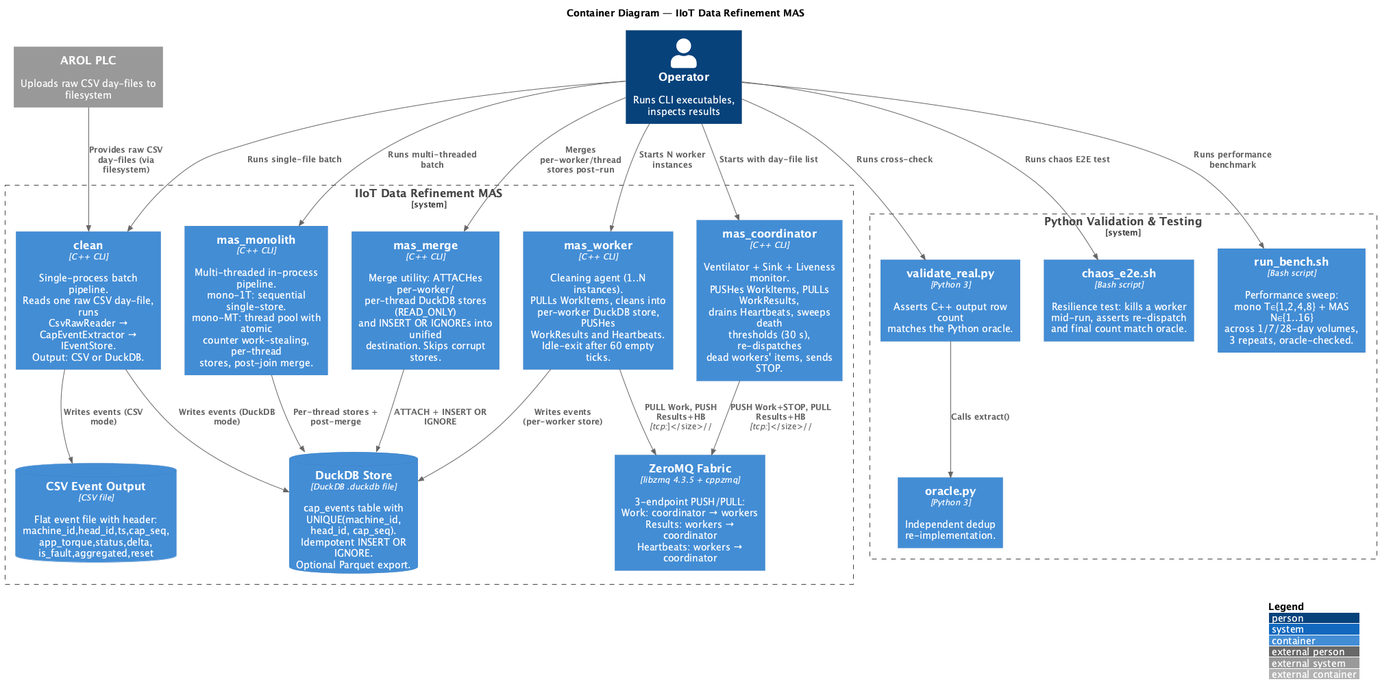
Before: docs/diagrams/C4_Container.png, a diagram exported from PlantUML (Giuseppeclv008/QuerProjectQ3).
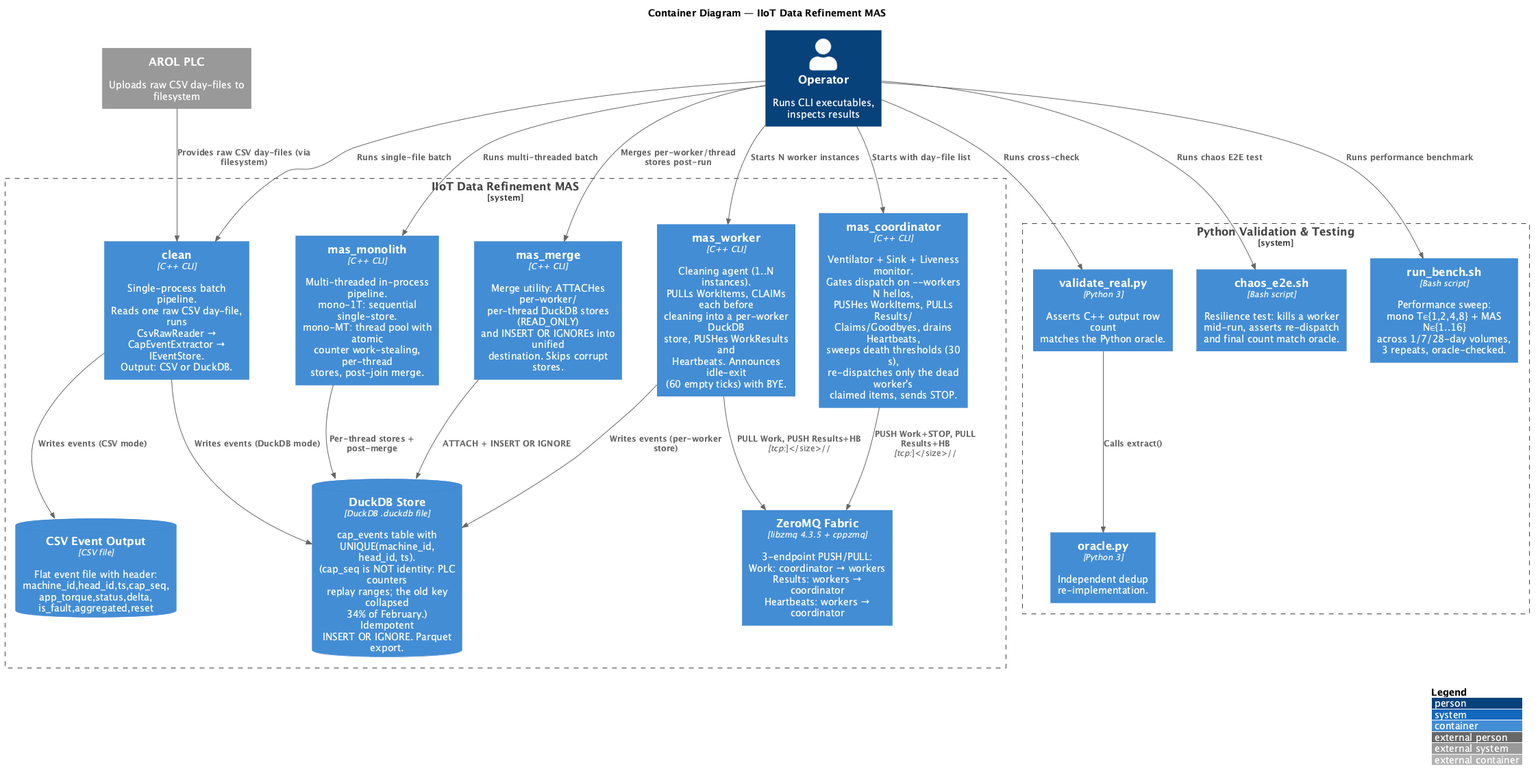
The same diagram one commit later.

Diff of the diagram source:
```diff
@@ -13,13 +13,13 @@
 
     Container(monolith, "mas_monolith", "C++ CLI", "Multi-threaded in-process pipeline.\nmono-1T: sequential single-store.\nmono-MT: thread pool with atomic\ncounter work-stealing, per-thread\nstores, post-join merge.")
 
-    Container(coordinator, "mas_coordinator", "C++ CLI", "Ventilator + Sink + Liveness monitor.\nPUSHes WorkItems, PULLs WorkResults,\ndrains Heartbeats, sweeps death\nthresholds (30 s), re-dispatches\ndead workers' items, sends STOP.")
+    Container(coordinator, "mas_coordinator", "C++ CLI", "Ventilator + Sink + Liveness monitor.\nGates dispatch on --workers N hellos,\nPUSHes WorkItems, PULLs Results/\nClaims/Goodbyes, drains Heartbeats,\nsweeps death thresholds (30 s),\nre-dispatches only the dead worker's\nclaimed items, sends STOP.")
 
-    Container(worker, "mas_worker", "C++ CLI", "Cleaning agent (1..N instances).\nPULLs WorkItems, cleans into\nper-worker DuckDB store, PUSHes\nWorkResults and Heartbeats.\nIdle-exit after 60 empty ticks.")
+    Container(worker, "mas_worker", "C++ CLI", "Cleaning agent (1..N instances).\nPULLs WorkItems, CLAIMs each before\ncleaning into a per-worker DuckDB\nstore, PUSHes WorkResults and\nHeartbeats. Announces idle-exit\n(60 empty ticks) with BYE.")
 
     Container(merge, "mas_merge", "C++ CLI", "Merge utility: ATTACHes per-worker/\nper-thread DuckDB stores (READ_ONLY)\nand INSERT OR IGNOREs into unified\ndestination. Skips corrupt stores.")
 
-    ContainerDb(duckdb, "DuckDB Store", "DuckDB .duckdb file", "cap_events table with\nUNIQUE(machine_id, head_id, cap_seq).\nIdempotent INSERT OR IGNORE.\nOptional Parquet export.")
+    ContainerDb(duckdb, "DuckDB Store", "DuckDB .duckdb file", "cap_events table with\nUNIQUE(machine_id, head_id, ts).\n(cap_seq is NOT identity: PLC counters\nreplay ranges; the old key collapsed\n34% of February.) Idempotent\nINSERT OR IGNORE. Parquet export.")
 
     ContainerDb(csv_out, "CSV Event Output", "CSV file", "Flat event file with header:\nmachine_id,head_id,ts,cap_seq,\napp_torque,status,delta,\nis_fault,aggregated,reset")
 
```
